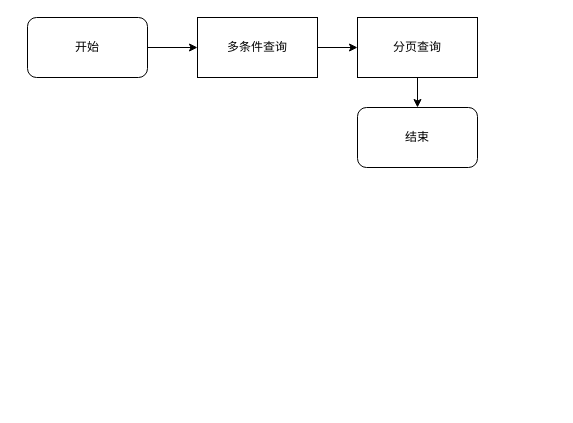
Before: page "order" (5 of 9) of 后台.drawio in luoZH111/imags, a draw.io diagram. Source tidied: cells renumbered, new cells numbered last; positions are measured from the earlier drawing's top-left corner, leaving out a move shared by most shapes. Both pictures are drawn from the tidied source at 100%, with x=0, y=0 at pixel (27, 17).
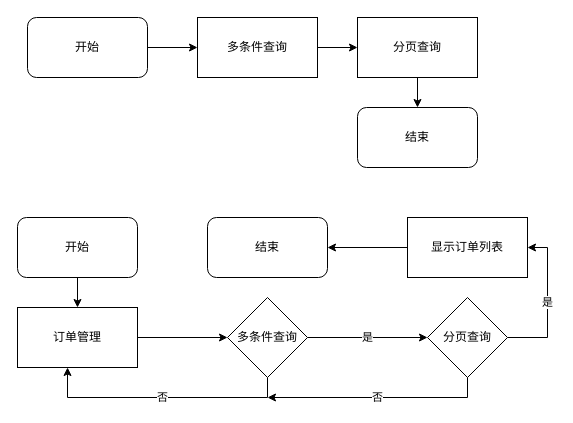
The same page after the edit.

Diff of the diagram source:
```diff
@@
+    <mxCell id="9" style="edgeStyle=orthogonalEdgeStyle;rounded=0;jettySize=auto;html=1;" parent="1" edge="1" source="10" target="12">
+      <mxGeometry relative="1" as="geometry" />
+    </mxCell>
+    <mxCell id="10" value="开始" style="rounded=1;whiteSpace=wrap;html=1;" parent="1" vertex="1">
+      <mxGeometry x="-10" y="200" width="120" height="60" as="geometry" />
+    </mxCell>
+    <mxCell id="11" style="edgeStyle=orthogonalEdgeStyle;rounded=0;jettySize=auto;html=1;entryX=0;entryY=0.5;entryDx=0;entryDy=0;" parent="1" edge="1" source="12" target="18">
+      <mxGeometry relative="1" as="geometry" />
+    </mxCell>
+    <mxCell id="12" value="订单管理" style="rounded=0;whiteSpace=wrap;html=1;" parent="1" vertex="1">
+      <mxGeometry x="-10" y="290" width="120" height="60" as="geometry" />
+    </mxCell>
+    <mxCell id="13" style="edgeStyle=orthogonalEdgeStyle;rounded=0;jettySize=auto;html=1;" parent="1" edge="1" source="14" target="15">
+      <mxGeometry relative="1" as="geometry" />
+    </mxCell>
+    <mxCell id="14" value="显示订单列表" style="whiteSpace=wrap;html=1;rounded=0;" parent="1" vertex="1">
+      <mxGeometry x="380" y="200" width="120" height="60" as="geometry" />
+    </mxCell>
+    <mxCell id="15" value="结束" style="rounded=1;whiteSpace=wrap;html=1;" parent="1" vertex="1">
+      <mxGeometry x="180" y="200" width="120" height="60" as="geometry" />
+    </mxCell>
+    <mxCell id="16" value="否" style="edgeStyle=orthogonalEdgeStyle;rounded=0;jettySize=auto;html=1;entryX=0.417;entryY=1;entryDx=0;entryDy=0;entryPerimeter=0;" parent="1" edge="1" source="18" target="12">
+      <mxGeometry relative="1" as="geometry">
+        <Array as="points">
+          <mxPoint x="240" y="380" />
+          <mxPoint x="40" y="380" />
+        </Array>
+      </mxGeometry>
+    </mxCell>
+    <mxCell id="17" value="是" style="edgeStyle=orthogonalEdgeStyle;rounded=0;jettySize=auto;html=1;entryX=0;entryY=0.5;entryDx=0;entryDy=0;" parent="1" edge="1" source="18" target="20">
+      <mxGeometry relative="1" as="geometry" />
+    </mxCell>
+    <mxCell id="18" value="&lt;span&gt;多条件查询&lt;/span&gt;" style="rhombus;whiteSpace=wrap;html=1;" parent="1" vertex="1">
+      <mxGeometry x="200" y="280" width="80" height="80" as="geometry" />
+    </mxCell>
+    <mxCell id="19" value="是" style="edgeStyle=orthogonalEdgeStyle;rounded=0;jettySize=auto;html=1;exitX=1;exitY=0.5;exitDx=0;exitDy=0;entryX=1;entryY=0.5;entryDx=0;entryDy=0;" parent="1" edge="1" source="20" target="14">
+      <mxGeometry relative="1" as="geometry">
+        <Array as="points">
+          <mxPoint x="520" y="320" />
+          <mxPoint x="520" y="230" />
+        </Array>
+      </mxGeometry>
+    </mxCell>
+    <mxCell id="20" value="&lt;span&gt;分页查询&lt;/span&gt;" style="rhombus;whiteSpace=wrap;html=1;" parent="1" vertex="1">
+      <mxGeometry x="400" y="280" width="80" height="80" as="geometry" />
+    </mxCell>
+    <mxCell id="21" value="否" style="edgeStyle=orthogonalEdgeStyle;rounded=0;jettySize=auto;html=1;exitX=0.5;exitY=1;exitDx=0;exitDy=0;" parent="1" edge="1" source="20">
+      <mxGeometry relative="1" as="geometry">
+        <mxPoint x="240" y="380" as="targetPoint" />
+        <Array as="points">
+          <mxPoint x="440" y="380" />
+        </Array>
+      </mxGeometry>
+    </mxCell>
```
